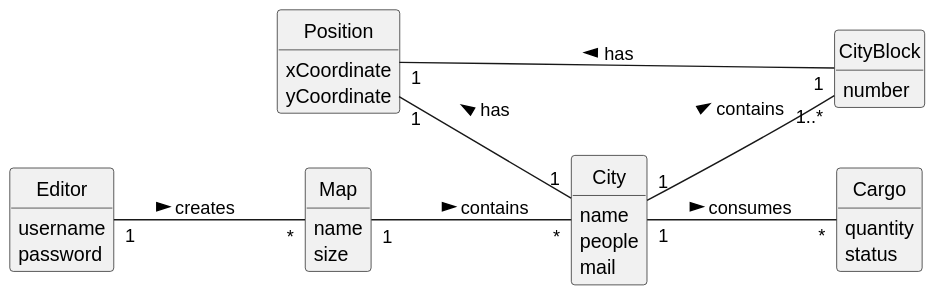
The PlantUML diagram Sprint2/US003/02.analysis/svg/US003-DM.svg in 1240935/pi2-railway-simulator, before a commit.
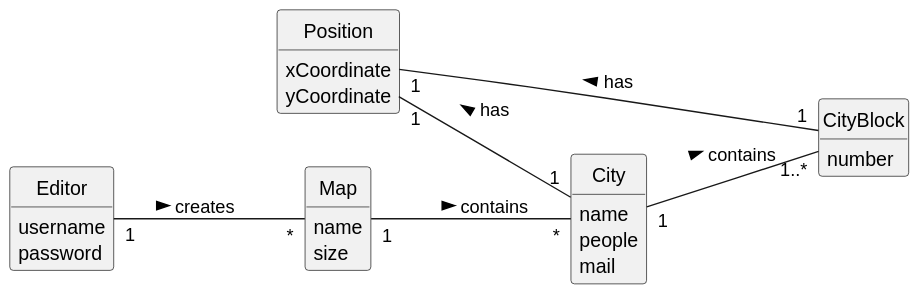
After the commit.

Change to the diagram source:
```diff
@@ -26,11 +26,6 @@
     number
 }
 
-class Cargo {
-    quantity
-    status
-}
-
 class Editor {
     username
     password
@@ -46,7 +41,6 @@
 Map "1" -- "*" City : contains >
 Editor "1" -- "*" Map : creates >
 City "1" -- "1..*" CityBlock: contains >
-City "1" -- "*" Cargo: consumes >
 Position "1" -- "1" City: has <
 Position "1" -- "1" CityBlock: has <
 @enduml
```
